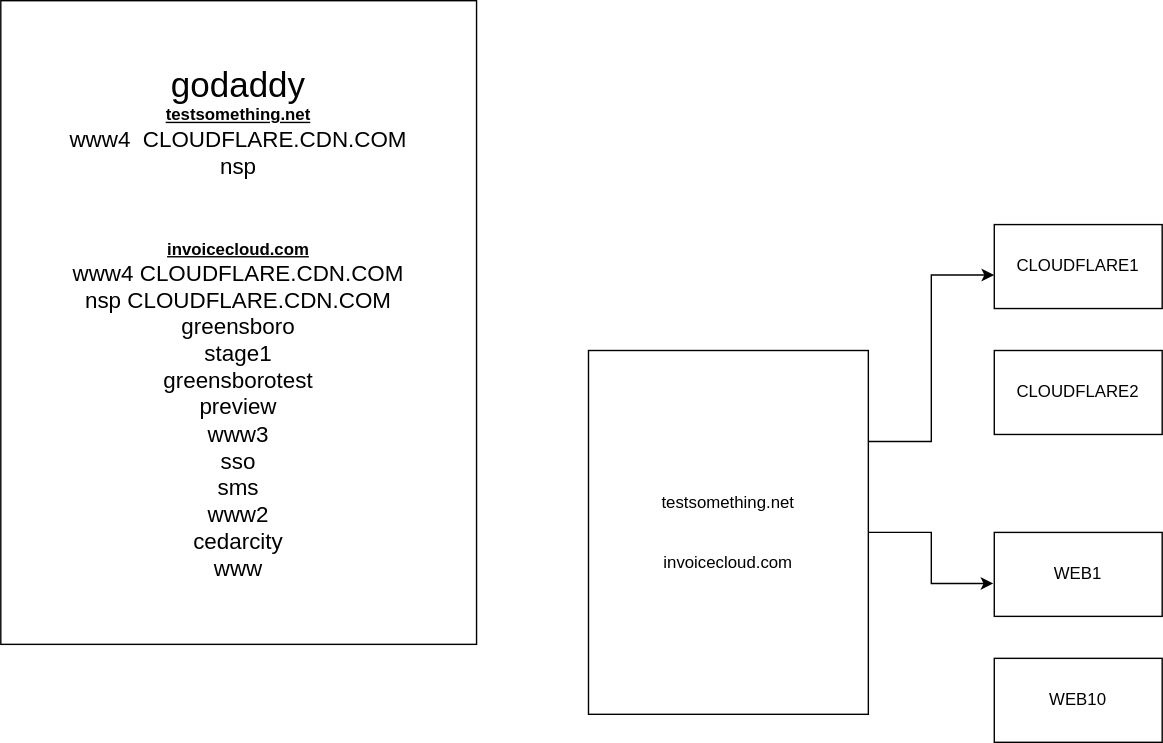
Before: infra/testingdomainmigration.svg, a diagram exported from draw.io (vjavle/invoicecloud). Source tidied: cells renumbered, new cells last; positions are measured from the earlier drawing's top-left corner, leaving out a move shared by most shapes.
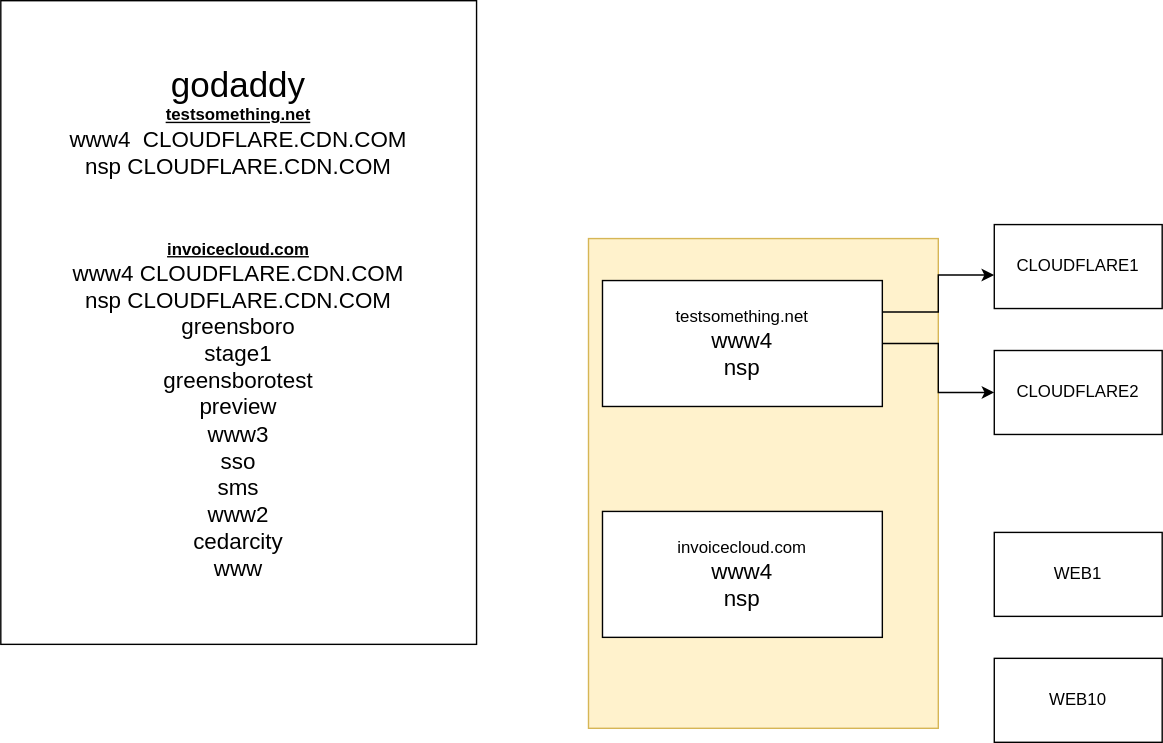
After the change.

What changed in the source:
```diff
@@ -2,17 +2,20 @@
   <root>
     <mxCell id="0" />
     <mxCell id="1" parent="0" />
+    <mxCell id="10" style="rounded=0;whiteSpace=wrap;html=1;fontSize=25;fillColor=#fff2cc;strokeColor=#d6b656;" parent="1" vertex="1">
+      <mxGeometry x="420" y="170" width="250" height="350" as="geometry" />
+    </mxCell>
-    <mxCell id="2" value="&lt;font style=&quot;font-size: 25px&quot;&gt;godaddy&lt;/font&gt;&lt;br&gt;&lt;b&gt;&lt;u&gt;testsomething.net&lt;/u&gt;&lt;/b&gt;&lt;br&gt;&lt;span style=&quot;font-size: 16px&quot;&gt;www4&amp;nbsp; CLOUDFLARE.CDN.COM&lt;/span&gt;&lt;br style=&quot;font-size: 16px&quot;&gt;&lt;span style=&quot;font-size: 16px&quot;&gt;nsp&lt;/span&gt;&lt;br style=&quot;font-size: 16px&quot;&gt;&lt;br&gt;&lt;br&gt;&lt;br&gt;&lt;b&gt;&lt;u&gt;invoicecloud.com&lt;/u&gt;&lt;/b&gt;&lt;br&gt;&lt;span style=&quot;font-size: 16px&quot;&gt;www4&amp;nbsp;&lt;/span&gt;&lt;span style=&quot;font-size: 16px&quot;&gt;CLOUDFLARE.CDN.COM&lt;/span&gt;&lt;br style=&quot;font-size: 16px&quot;&gt;&lt;span style=&quot;font-size: 16px&quot;&gt;nsp&amp;nbsp;&lt;/span&gt;&lt;span style=&quot;font-size: 16px&quot;&gt;CLOUDFLARE.CDN.COM&lt;/span&gt;&lt;br style=&quot;font-size: 16px&quot;&gt;&lt;span style=&quot;font-size: 16px&quot;&gt;greensboro&lt;/span&gt;&lt;br style=&quot;font-size: 16px&quot;&gt;&lt;span style=&quot;font-size: 16px&quot;&gt;stage1&lt;/span&gt;&lt;br style=&quot;font-size: 16px&quot;&gt;&lt;span style=&quot;font-size: 16px&quot;&gt;greensborotest&lt;/span&gt;&lt;br style=&quot;font-size: 16px&quot;&gt;&lt;span style=&quot;font-size: 16px&quot;&gt;preview&lt;/span&gt;&lt;br style=&quot;font-size: 16px&quot;&gt;&lt;span style=&quot;font-size: 16px&quot;&gt;www3&lt;/span&gt;&lt;br style=&quot;font-size: 16px&quot;&gt;&lt;span style=&quot;font-size: 16px&quot;&gt;sso&lt;/span&gt;&lt;br&gt;&lt;div style=&quot;font-size: 16px&quot;&gt;sms&lt;/div&gt;&lt;div style=&quot;font-size: 16px&quot;&gt;www2&lt;/div&gt;&lt;div style=&quot;font-size: 16px&quot;&gt;cedarcity&lt;/div&gt;&lt;div style=&quot;font-size: 16px&quot;&gt;&lt;span&gt;www&lt;/span&gt;&lt;br&gt;&lt;/div&gt;" style="rounded=0;whiteSpace=wrap;html=1;" parent="1" vertex="1">
+    <mxCell id="2" value="&lt;font style=&quot;font-size: 25px&quot;&gt;godaddy&lt;/font&gt;&lt;br&gt;&lt;b&gt;&lt;u&gt;testsomething.net&lt;/u&gt;&lt;/b&gt;&lt;br&gt;&lt;span style=&quot;font-size: 16px&quot;&gt;www4&amp;nbsp; CLOUDFLARE.CDN.COM&lt;/span&gt;&lt;br style=&quot;font-size: 16px&quot;&gt;&lt;span style=&quot;font-size: 16px&quot;&gt;nsp&amp;nbsp;&lt;/span&gt;&lt;span style=&quot;font-size: 16px&quot;&gt;CLOUDFLARE.CDN.COM&lt;/span&gt;&lt;br style=&quot;font-size: 16px&quot;&gt;&lt;br&gt;&lt;br&gt;&lt;br&gt;&lt;b&gt;&lt;u&gt;invoicecloud.com&lt;/u&gt;&lt;/b&gt;&lt;br&gt;&lt;span style=&quot;font-size: 16px&quot;&gt;www4&amp;nbsp;&lt;/span&gt;&lt;span style=&quot;font-size: 16px&quot;&gt;CLOUDFLARE.CDN.COM&lt;/span&gt;&lt;br style=&quot;font-size: 16px&quot;&gt;&lt;span style=&quot;font-size: 16px&quot;&gt;nsp&amp;nbsp;&lt;/span&gt;&lt;span style=&quot;font-size: 16px&quot;&gt;CLOUDFLARE.CDN.COM&lt;/span&gt;&lt;br style=&quot;font-size: 16px&quot;&gt;&lt;span style=&quot;font-size: 16px&quot;&gt;greensboro&lt;/span&gt;&lt;br style=&quot;font-size: 16px&quot;&gt;&lt;span style=&quot;font-size: 16px&quot;&gt;stage1&lt;/span&gt;&lt;br style=&quot;font-size: 16px&quot;&gt;&lt;span style=&quot;font-size: 16px&quot;&gt;greensborotest&lt;/span&gt;&lt;br style=&quot;font-size: 16px&quot;&gt;&lt;span style=&quot;font-size: 16px&quot;&gt;preview&lt;/span&gt;&lt;br style=&quot;font-size: 16px&quot;&gt;&lt;span style=&quot;font-size: 16px&quot;&gt;www3&lt;/span&gt;&lt;br style=&quot;font-size: 16px&quot;&gt;&lt;span style=&quot;font-size: 16px&quot;&gt;sso&lt;/span&gt;&lt;br&gt;&lt;div style=&quot;font-size: 16px&quot;&gt;sms&lt;/div&gt;&lt;div style=&quot;font-size: 16px&quot;&gt;www2&lt;/div&gt;&lt;div style=&quot;font-size: 16px&quot;&gt;cedarcity&lt;/div&gt;&lt;div style=&quot;font-size: 16px&quot;&gt;&lt;span&gt;www&lt;/span&gt;&lt;br&gt;&lt;/div&gt;" style="rounded=0;whiteSpace=wrap;html=1;" parent="1" vertex="1">
       <mxGeometry width="340" height="460" as="geometry" />
     </mxCell>
     <mxCell id="3" style="edgeStyle=orthogonalEdgeStyle;rounded=0;jettySize=auto;html=1;entryX=-0.001;entryY=0.601;entryDx=0;entryDy=0;entryPerimeter=0;fontSize=25;exitX=1;exitY=0.25;exitDx=0;exitDy=0;" parent="1" edge="1" source="5" target="6">
       <mxGeometry relative="1" as="geometry" />
     </mxCell>
-    <mxCell id="4" style="edgeStyle=orthogonalEdgeStyle;rounded=0;jettySize=auto;html=1;entryX=-0.006;entryY=0.608;entryDx=0;entryDy=0;entryPerimeter=0;fontSize=25;" parent="1" edge="1" source="5" target="8">
-      <mxGeometry relative="1" as="geometry" />
-    </mxCell>
+    <mxCell id="11" style="edgeStyle=orthogonalEdgeStyle;rounded=0;jettySize=auto;html=1;fontSize=25;" parent="1" edge="1" source="5" target="7">
+      <mxGeometry relative="1" as="geometry" />
+    </mxCell>
-    <mxCell id="5" value="testsomething.net&lt;br&gt;&lt;br&gt;&lt;br&gt;invoicecloud.com" style="rounded=0;whiteSpace=wrap;html=1;" parent="1" vertex="1">
-      <mxGeometry x="420" y="250" width="200" height="260" as="geometry" />
+    <mxCell id="5" value="testsomething.net&lt;br&gt;&lt;span style=&quot;font-size: 16px&quot;&gt;www4&lt;/span&gt;&lt;br style=&quot;font-size: 16px&quot;&gt;&lt;span style=&quot;font-size: 16px&quot;&gt;nsp&lt;/span&gt;" style="rounded=0;whiteSpace=wrap;html=1;" parent="1" vertex="1">
+      <mxGeometry x="430" y="200" width="200" height="90" as="geometry" />
     </mxCell>
     <mxCell id="6" value="CLOUDFLARE1" style="rounded=0;whiteSpace=wrap;html=1;" parent="1" vertex="1">
       <mxGeometry x="710" y="160" width="120" height="60" as="geometry" />
@@ -26,5 +29,8 @@
     <mxCell id="9" value="WEB10" style="rounded=0;whiteSpace=wrap;html=1;" parent="1" vertex="1">
       <mxGeometry x="710" y="470" width="120" height="60" as="geometry" />
     </mxCell>
+    <mxCell id="12" value="invoicecloud.com&lt;br&gt;&lt;span style=&quot;font-size: 16px&quot;&gt;www4&lt;/span&gt;&lt;br style=&quot;font-size: 16px&quot;&gt;&lt;span style=&quot;font-size: 16px&quot;&gt;nsp&lt;/span&gt;" style="rounded=0;whiteSpace=wrap;html=1;" parent="1" vertex="1">
+      <mxGeometry x="430" y="365" width="200" height="90" as="geometry" />
+    </mxCell>
   </root>
 </mxGraphModel>
```
